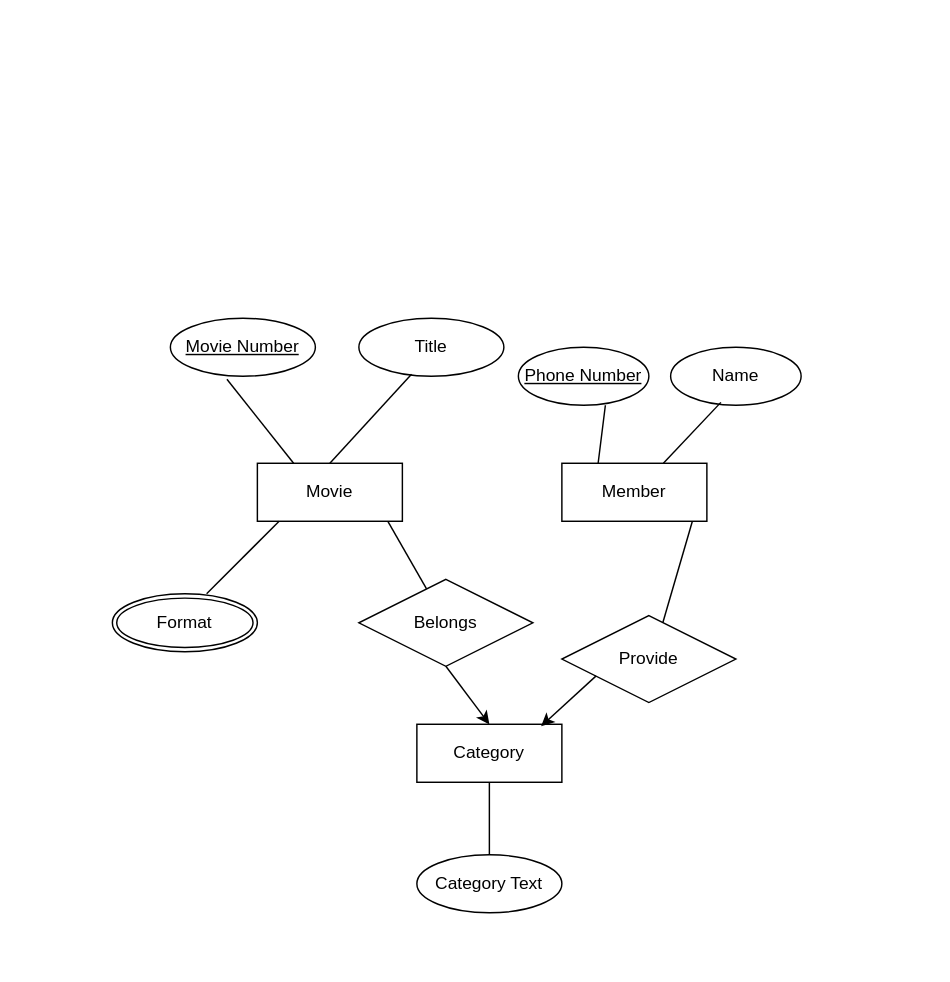
This is diagrams/lab2.drawio from Alex-god281/Cmput-291-Lab2, a draw.io file, before an edit. Source tidied: cells renumbered, new cells numbered last; positions are measured from the earlier drawing's top-left corner, leaving out a move shared by most shapes. Both pictures are drawn from the tidied source at 145%, with x=0, y=0 at pixel (112, 318).
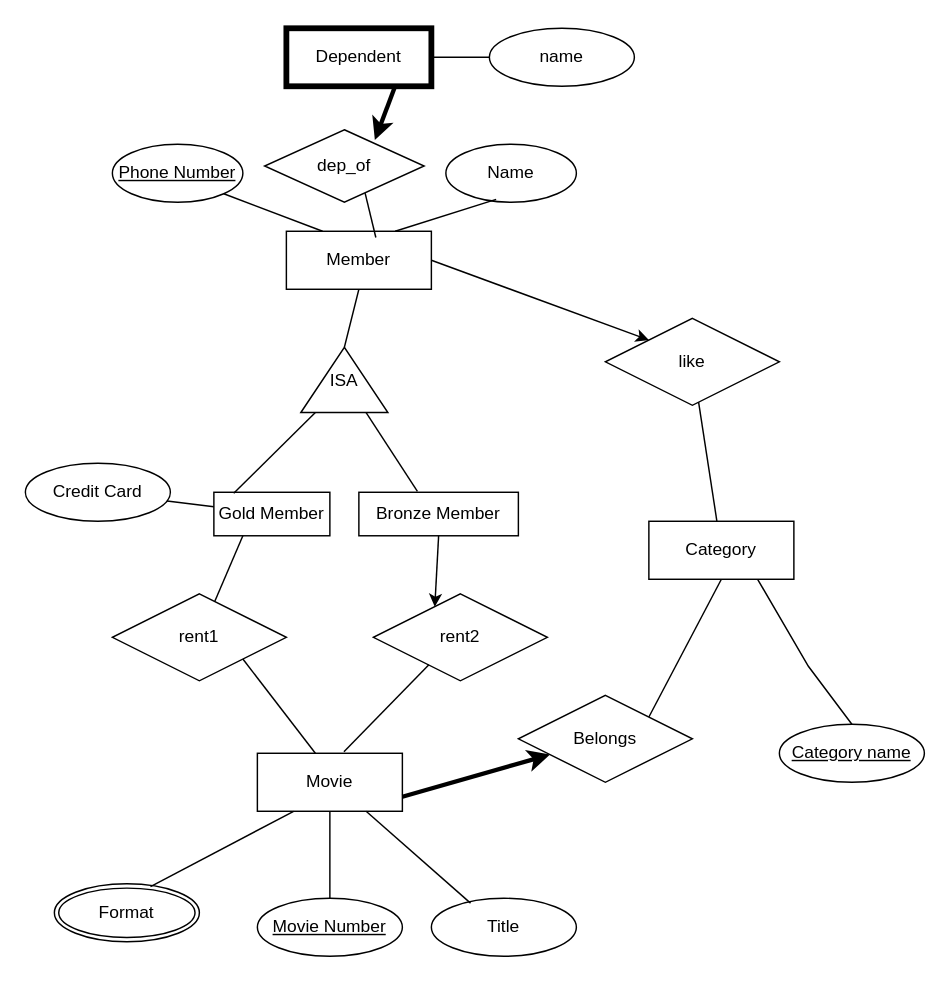
After the change.

What changed in the source:
```diff
@@
     <mxCell id="2" value="Movie Number" style="ellipse;whiteSpace=wrap;html=1;align=center;fontStyle=4;" parent="1" vertex="1">
-      <mxGeometry x="40" width="100" height="40" as="geometry" />
+      <mxGeometry x="100" y="400" width="100" height="40" as="geometry" />
     </mxCell>
     <mxCell id="3" value="Title" style="ellipse;whiteSpace=wrap;html=1;align=center;" parent="1" vertex="1">
-      <mxGeometry x="170" width="100" height="40" as="geometry" />
+      <mxGeometry x="220" y="400" width="100" height="40" as="geometry" />
     </mxCell>
     <mxCell id="4" value="Member" style="whiteSpace=wrap;html=1;align=center;" parent="1" vertex="1">
-      <mxGeometry x="310" y="100" width="100" height="40" as="geometry" />
+      <mxGeometry x="120" y="-60" width="100" height="40" as="geometry" />
     </mxCell>
     <mxCell id="5" value="Movie" style="whiteSpace=wrap;html=1;align=center;" parent="1" vertex="1">
-      <mxGeometry x="100" y="100" width="100" height="40" as="geometry" />
+      <mxGeometry x="100" y="300" width="100" height="40" as="geometry" />
     </mxCell>
-    <mxCell id="6" style="endArrow=none;html=1;rounded=0;entryX=0.363;entryY=0.967;entryDx=0;entryDy=0;entryPerimeter=0;" parent="1" edge="1" target="3">
-      <mxGeometry relative="1" as="geometry">
-        <mxPoint x="150" y="100" as="sourcePoint" />
-      </mxGeometry>
-    </mxCell>
-    <mxCell id="7" style="endArrow=none;html=1;rounded=0;exitX=0.25;exitY=0;exitDx=0;exitDy=0;entryX=0.39;entryY=1.05;entryDx=0;entryDy=0;entryPerimeter=0;" parent="1" edge="1" source="5" target="2">
-      <mxGeometry relative="1" as="geometry" />
-    </mxCell>
     <mxCell id="8" value="Format" style="ellipse;shape=doubleEllipse;margin=3;whiteSpace=wrap;html=1;align=center;" parent="1" vertex="1">
-      <mxGeometry y="190" width="100" height="40" as="geometry" />
+      <mxGeometry x="-40" y="390" width="100" height="40" as="geometry" />
     </mxCell>
-    <mxCell id="9" style="endArrow=none;html=1;rounded=0;" parent="1" edge="1">
-      <mxGeometry relative="1" as="geometry">
-        <mxPoint x="65" y="190" as="sourcePoint" />
-        <mxPoint x="115" y="140" as="targetPoint" />
-      </mxGeometry>
-    </mxCell>
     <mxCell id="10" value="Phone Number" style="ellipse;whiteSpace=wrap;html=1;align=center;fontStyle=4;" parent="1" vertex="1">
-      <mxGeometry x="280" y="20" width="90" height="40" as="geometry" />
+      <mxGeometry y="-120" width="90" height="40" as="geometry" />
     </mxCell>
     <mxCell id="11" value="Name" style="ellipse;whiteSpace=wrap;html=1;align=center;" parent="1" vertex="1">
-      <mxGeometry x="385" y="20" width="90" height="40" as="geometry" />
+      <mxGeometry x="230" y="-120" width="90" height="40" as="geometry" />
     </mxCell>
-    <mxCell id="12" style="endArrow=none;html=1;rounded=0;entryX=0.385;entryY=0.95;entryDx=0;entryDy=0;entryPerimeter=0;" parent="1" edge="1" target="11">
-      <mxGeometry relative="1" as="geometry">
-        <mxPoint x="380" y="100" as="sourcePoint" />
-      </mxGeometry>
+    <mxCell id="12" style="endArrow=none;html=1;rounded=0;entryX=0.385;entryY=0.95;entryDx=0;entryDy=0;entryPerimeter=0;exitX=0.75;exitY=0;exitDx=0;exitDy=0;" parent="1" edge="1" source="4" target="11">
+      <mxGeometry relative="1" as="geometry" />
     </mxCell>
-    <mxCell id="13" style="endArrow=none;html=1;rounded=0;exitX=0.25;exitY=0;exitDx=0;exitDy=0;" parent="1" edge="1" source="4">
-      <mxGeometry relative="1" as="geometry">
-        <mxPoint x="340" y="60" as="targetPoint" />
-        <Array as="points">
-          <mxPoint x="340" y="60" />
-        </Array>
-      </mxGeometry>
-    </mxCell>
     <mxCell id="14" value="Category" style="whiteSpace=wrap;html=1;align=center;" parent="1" vertex="1">
-      <mxGeometry x="210" y="280" width="100" height="40" as="geometry" />
+      <mxGeometry x="370" y="140" width="100" height="40" as="geometry" />
     </mxCell>
-    <mxCell id="15" style="endArrow=none;html=1;rounded=0;entryX=0.5;entryY=1;entryDx=0;entryDy=0;" parent="1" edge="1" target="14">
-      <mxGeometry relative="1" as="geometry">
-        <mxPoint x="260" y="370" as="sourcePoint" />
-      </mxGeometry>
-    </mxCell>
-    <mxCell id="16" value="Category Text" style="ellipse;whiteSpace=wrap;html=1;align=center;" parent="1" vertex="1">
-      <mxGeometry x="210" y="370" width="100" height="40" as="geometry" />
-    </mxCell>
     <mxCell id="17" value="Belongs" style="shape=rhombus;perimeter=rhombusPerimeter;whiteSpace=wrap;html=1;align=center;" parent="1" vertex="1">
-      <mxGeometry x="170" y="180" width="120" height="60" as="geometry" />
+      <mxGeometry x="280" y="260" width="120" height="60" as="geometry" />
     </mxCell>
+    <mxCell id="21" value="like" style="shape=rhombus;perimeter=rhombusPerimeter;whiteSpace=wrap;html=1;align=center;" parent="1" vertex="1">
+      <mxGeometry x="340" width="120" height="60" as="geometry" />
+    </mxCell>
+    <mxCell id="23" value="Credit Card" style="ellipse;whiteSpace=wrap;html=1;align=center;" parent="1" vertex="1">
+      <mxGeometry x="-60" y="100" width="100" height="40" as="geometry" />
+    </mxCell>
+    <mxCell id="24" style="endArrow=none;html=1;rounded=0;" parent="1" edge="1" source="23" target="25">
+      <mxGeometry relative="1" as="geometry" />
+    </mxCell>
+    <mxCell id="25" value="Gold Member" style="whiteSpace=wrap;html=1;align=center;" parent="1" vertex="1">
+      <mxGeometry x="70" y="120" width="80" height="30" as="geometry" />
+    </mxCell>
+    <mxCell id="26" value="Bronze Member" style="whiteSpace=wrap;html=1;align=center;" parent="1" vertex="1">
+      <mxGeometry x="170" y="120" width="110" height="30" as="geometry" />
+    </mxCell>
+    <mxCell id="27" value="ISA" style="triangle;whiteSpace=wrap;html=1;direction=north;" parent="1" vertex="1">
+      <mxGeometry x="130" y="20" width="60" height="45" as="geometry" />
+    </mxCell>
+    <mxCell id="28" style="endArrow=none;html=1;rounded=0;entryX=1;entryY=1;entryDx=0;entryDy=0;exitX=0.25;exitY=0;exitDx=0;exitDy=0;" parent="1" edge="1" source="4" target="10">
+      <mxGeometry relative="1" as="geometry" />
+    </mxCell>
+    <mxCell id="29" style="endArrow=none;html=1;rounded=0;exitX=1;exitY=0.5;exitDx=0;exitDy=0;entryX=0.5;entryY=1;entryDx=0;entryDy=0;" parent="1" edge="1" source="27" target="4">
+      <mxGeometry relative="1" as="geometry" />
+    </mxCell>
+    <mxCell id="30" style="endArrow=none;html=1;rounded=0;exitX=0.171;exitY=0.022;exitDx=0;exitDy=0;exitPerimeter=0;" parent="1" edge="1" source="25">
+      <mxGeometry relative="1" as="geometry">
+        <mxPoint x="140" y="65" as="targetPoint" />
+      </mxGeometry>
+    </mxCell>
+    <mxCell id="31" style="endArrow=none;html=1;rounded=0;entryX=0;entryY=0.75;entryDx=0;entryDy=0;exitX=0.367;exitY=-0.022;exitDx=0;exitDy=0;exitPerimeter=0;" parent="1" edge="1" source="26" target="27">
+      <mxGeometry relative="1" as="geometry" />
+    </mxCell>
+    <mxCell id="32" style="endArrow=none;html=1;rounded=0;entryX=0.75;entryY=1;entryDx=0;entryDy=0;exitX=0.5;exitY=0;exitDx=0;exitDy=0;" parent="1" edge="1" source="45" target="14">
+      <mxGeometry relative="1" as="geometry">
+        <Array as="points">
+          <mxPoint x="480" y="240" />
+        </Array>
+      </mxGeometry>
+    </mxCell>
+    <mxCell id="33" style="endArrow=none;html=1;rounded=0;exitX=0.663;exitY=0.05;exitDx=0;exitDy=0;exitPerimeter=0;entryX=0.25;entryY=1;entryDx=0;entryDy=0;" parent="1" edge="1" source="8" target="5">
+      <mxGeometry relative="1" as="geometry" />
+    </mxCell>
+    <mxCell id="34" style="endArrow=none;html=1;rounded=0;exitX=0.5;exitY=0;exitDx=0;exitDy=0;entryX=0.5;entryY=1;entryDx=0;entryDy=0;" parent="1" edge="1" source="2" target="5">
+      <mxGeometry relative="1" as="geometry" />
+    </mxCell>
+    <mxCell id="35" style="endArrow=none;html=1;rounded=0;exitX=0.27;exitY=0.083;exitDx=0;exitDy=0;exitPerimeter=0;entryX=0.75;entryY=1;entryDx=0;entryDy=0;" parent="1" edge="1" source="3" target="5">
+      <mxGeometry relative="1" as="geometry" />
+    </mxCell>
+    <mxCell id="36" value="rent2" style="shape=rhombus;perimeter=rhombusPerimeter;whiteSpace=wrap;html=1;align=center;" parent="1" vertex="1">
+      <mxGeometry x="180" y="190" width="120" height="60" as="geometry" />
+    </mxCell>
+    <mxCell id="37" value="rent1" style="shape=rhombus;perimeter=rhombusPerimeter;whiteSpace=wrap;html=1;align=center;" parent="1" vertex="1">
+      <mxGeometry y="190" width="120" height="60" as="geometry" />
+    </mxCell>
+    <mxCell id="38" style="endArrow=none;html=1;rounded=0;entryX=0.25;entryY=1;entryDx=0;entryDy=0;" parent="1" edge="1" source="37" target="25">
+      <mxGeometry relative="1" as="geometry" />
+    </mxCell>
+    <mxCell id="39" style="endArrow=none;html=1;rounded=0;entryX=1;entryY=1;entryDx=0;entryDy=0;exitX=0.4;exitY=0;exitDx=0;exitDy=0;exitPerimeter=0;" parent="1" edge="1" source="5" target="37">
+      <mxGeometry relative="1" as="geometry" />
+    </mxCell>
+    <mxCell id="40" value="Dependent" style="whiteSpace=wrap;html=1;align=center;strokeWidth=4;" parent="1" vertex="1">
+      <mxGeometry x="120" y="-200" width="100" height="40" as="geometry" />
+    </mxCell>
+    <mxCell id="41" value="dep_of" style="shape=rhombus;perimeter=rhombusPerimeter;whiteSpace=wrap;html=1;align=center;" parent="1" vertex="1">
+      <mxGeometry x="105" y="-130" width="110" height="50" as="geometry" />
+    </mxCell>
+    <mxCell id="42" value="name" style="ellipse;whiteSpace=wrap;html=1;align=center;" parent="1" vertex="1">
+      <mxGeometry x="260" y="-200" width="100" height="40" as="geometry" />
+    </mxCell>
+    <mxCell id="43" style="endArrow=none;html=1;rounded=0;entryX=1;entryY=0.5;entryDx=0;entryDy=0;exitX=0;exitY=0.5;exitDx=0;exitDy=0;" parent="1" edge="1" source="42" target="40">
+      <mxGeometry relative="1" as="geometry" />
+    </mxCell>
+    <mxCell id="44" style="endArrow=classic;html=1;rounded=0;exitX=1;exitY=0.75;exitDx=0;exitDy=0;strokeWidth=3;" parent="1" edge="1" source="5" target="17">
+      <mxGeometry relative="1" as="geometry" />
+    </mxCell>
-    <mxCell id="18" style="endArrow=classic;html=1;rounded=0;entryX=0.5;entryY=0;entryDx=0;entryDy=0;exitX=0.5;exitY=1;exitDx=0;exitDy=0;" parent="1" edge="1" source="17" target="14">
+    <mxCell id="18" style="endArrow=none;html=1;rounded=0;exitX=1;exitY=0;exitDx=0;exitDy=0;entryX=0.5;entryY=1;entryDx=0;entryDy=0;" parent="1" edge="1" source="17" target="14">
       <mxGeometry relative="1" as="geometry" />
     </mxCell>
-    <mxCell id="19" style="endArrow=none;html=1;rounded=0;" parent="1" edge="1" source="17">
-      <mxGeometry relative="1" as="geometry">
-        <mxPoint x="190" y="140" as="targetPoint" />
-      </mxGeometry>
-    </mxCell>
-    <mxCell id="20" style="endArrow=none;html=1;rounded=0;exitX=0.575;exitY=0.117;exitDx=0;exitDy=0;exitPerimeter=0;fillColor=#000000;" parent="1" edge="1" source="21">
-      <mxGeometry relative="1" as="geometry">
-        <mxPoint x="400" y="140" as="targetPoint" />
-      </mxGeometry>
-    </mxCell>
-    <mxCell id="21" value="Provide" style="shape=rhombus;perimeter=rhombusPerimeter;whiteSpace=wrap;html=1;align=center;" parent="1" vertex="1">
-      <mxGeometry x="310" y="205" width="120" height="60" as="geometry" />
-    </mxCell>
-    <mxCell id="22" style="endArrow=classic;html=1;rounded=0;exitX=0.197;exitY=0.694;exitDx=0;exitDy=0;exitPerimeter=0;entryX=0.857;entryY=0.033;entryDx=0;entryDy=0;entryPerimeter=0;" parent="1" edge="1" source="21" target="14">
-      <mxGeometry relative="1" as="geometry" />
-    </mxCell>
+    <mxCell id="45" value="Category name" style="ellipse;whiteSpace=wrap;html=1;align=center;fontStyle=4;" parent="1" vertex="1">
+      <mxGeometry x="460" y="280" width="100" height="40" as="geometry" />
+    </mxCell>
+    <mxCell id="46" style="endArrow=none;html=1;rounded=0;entryX=0.63;entryY=0.873;entryDx=0;entryDy=0;entryPerimeter=0;exitX=0.617;exitY=0.108;exitDx=0;exitDy=0;exitPerimeter=0;" parent="1" edge="1" source="4" target="41">
+      <mxGeometry relative="1" as="geometry" />
+    </mxCell>
+    <mxCell id="47" style="endArrow=classic;html=1;rounded=0;entryX=0.691;entryY=0.14;entryDx=0;entryDy=0;entryPerimeter=0;exitX=0.75;exitY=1;exitDx=0;exitDy=0;strokeWidth=3;" parent="1" edge="1" source="40" target="41">
+      <mxGeometry relative="1" as="geometry" />
+    </mxCell>
+    <mxCell id="48" style="endArrow=classic;html=1;rounded=0;exitX=1;exitY=0.5;exitDx=0;exitDy=0;entryX=0;entryY=0;entryDx=0;entryDy=0;" parent="1" edge="1" source="4" target="21">
+      <mxGeometry relative="1" as="geometry" />
+    </mxCell>
+    <mxCell id="49" style="endArrow=none;html=1;rounded=0;" parent="1" edge="1" source="14" target="21">
+      <mxGeometry relative="1" as="geometry" />
+    </mxCell>
+    <mxCell id="50" style="endArrow=classic;html=1;rounded=0;exitX=0.5;exitY=1;exitDx=0;exitDy=0;entryX=0.353;entryY=0.15;entryDx=0;entryDy=0;entryPerimeter=0;" parent="1" edge="1" source="26" target="36">
+      <mxGeometry relative="1" as="geometry" />
+    </mxCell>
+    <mxCell id="51" style="endArrow=none;html=1;rounded=0;exitX=0.597;exitY=-0.025;exitDx=0;exitDy=0;exitPerimeter=0;entryX=0.319;entryY=0.817;entryDx=0;entryDy=0;entryPerimeter=0;" parent="1" edge="1" source="5" target="36">
+      <mxGeometry relative="1" as="geometry" />
+    </mxCell>
```
